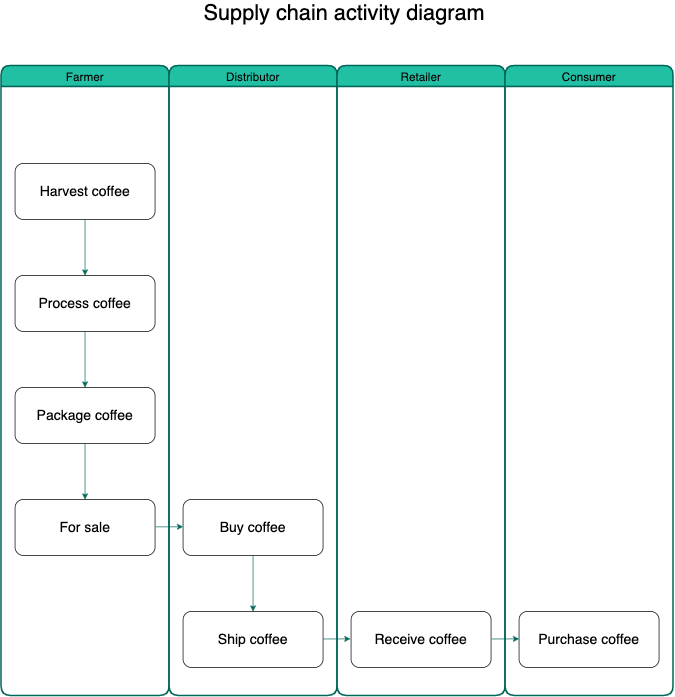
The draw.io diagram images/Activity diagram.png in lavikara/project_3, before a commit. Source tidied: cells renumbered, new cells last; positions are measured from the earlier drawing's top-left corner, leaving out a move shared by most shapes. The source it was exported from:
```xml
<mxGraphModel>
  <root>
    <mxCell id="0" />
    <mxCell id="1" parent="0" />
    <mxCell id="2" style="fillColor=none;strokeColor=none;fontStyle=0;html=1;whiteSpace=wrap;whiteSpace=wrap;fontSize=13;spacing=0;strokeOpacity=100;absoluteArcSize=1;arcSize=9;strokeWidth=2.3;fontColor=#5C5C5C;rounded=1;" parent="1" vertex="1">
      <mxGeometry y="90" width="720" height="900" as="geometry" />
    </mxCell>
    <mxCell id="3" value="Farmer" style="swimlane;html=1;whiteSpace=wrap;fontStyle=0;startSize=30;whiteSpace=wrap;fontSize=13;spacing=0;strokeColor=#006658;strokeOpacity=100;strokeWidth=2.3;fontSize=16.7;fillColor=#21C0A5;rounded=1;fontColor=#080808;" parent="2" vertex="1">
      <mxGeometry width="240" height="900" as="geometry" />
    </mxCell>
    <mxCell id="4" value="Distributor" style="swimlane;html=1;whiteSpace=wrap;fontStyle=0;startSize=30;whiteSpace=wrap;fontSize=13;spacing=0;strokeColor=#006658;strokeOpacity=100;strokeWidth=2.3;fontSize=16.7;fillColor=#21C0A5;rounded=1;fontColor=#080808;" parent="2" vertex="1">
      <mxGeometry x="240" width="240" height="900" as="geometry" />
    </mxCell>
    <mxCell id="5" value="Retailer" style="swimlane;html=1;whiteSpace=wrap;fontStyle=0;startSize=30;whiteSpace=wrap;fontSize=13;spacing=0;strokeColor=#006658;strokeOpacity=100;strokeWidth=2.3;fontSize=16.7;fillColor=#21C0A5;rounded=1;fontColor=#080808;" parent="2" vertex="1">
      <mxGeometry x="480" width="240" height="900" as="geometry" />
    </mxCell>
    <mxCell id="6" style="fillColor=none;strokeColor=none;fontStyle=0;html=1;whiteSpace=wrap;whiteSpace=wrap;fontSize=13;spacing=0;strokeOpacity=100;absoluteArcSize=1;arcSize=9;strokeWidth=2.3;rounded=1;fontColor=#080808;" parent="1" vertex="1">
      <mxGeometry x="720" y="90" width="240" height="900" as="geometry" />
    </mxCell>
    <mxCell id="7" value="Consumer" style="swimlane;html=1;whiteSpace=wrap;fontStyle=0;startSize=30;whiteSpace=wrap;fontSize=13;spacing=0;strokeColor=#006658;strokeOpacity=100;strokeWidth=2.3;fontSize=16.7;fillColor=#21C0A5;rounded=1;" parent="6" vertex="1">
      <mxGeometry width="240" height="900" as="geometry" />
    </mxCell>
    <mxCell id="8" style="edgeStyle=orthogonalEdgeStyle;rounded=1;jettySize=auto;html=1;fontSize=20;fontColor=#000000;strokeColor=#006658;fillColor=#21C0A5;" parent="1" edge="1" source="9" target="11">
      <mxGeometry relative="1" as="geometry" />
    </mxCell>
    <mxCell id="9" value="&lt;font style=&quot;font-size: 20px;&quot;&gt;Harvest coffee&lt;/font&gt;" style="rounded=1;whiteSpace=wrap;html=1;glass=0;shadow=0;sketch=0;labelBackgroundColor=none;labelBorderColor=none;fontSize=20;verticalAlign=middle;spacingTop=0;" parent="1" vertex="1">
      <mxGeometry x="20" y="230" width="200" height="80" as="geometry" />
    </mxCell>
    <mxCell id="10" style="edgeStyle=orthogonalEdgeStyle;rounded=1;jettySize=auto;html=1;fontSize=20;fontColor=#000000;strokeColor=#006658;fillColor=#21C0A5;" parent="1" edge="1" source="11" target="13">
      <mxGeometry relative="1" as="geometry" />
    </mxCell>
    <mxCell id="11" value="&lt;font style=&quot;font-size: 20px;&quot;&gt;Process coffee&lt;/font&gt;" style="rounded=1;whiteSpace=wrap;html=1;glass=0;shadow=0;sketch=0;labelBackgroundColor=none;labelBorderColor=none;fontSize=20;verticalAlign=middle;spacingTop=0;" parent="1" vertex="1">
      <mxGeometry x="20" y="390" width="200" height="80" as="geometry" />
    </mxCell>
    <mxCell id="12" style="edgeStyle=orthogonalEdgeStyle;rounded=1;jettySize=auto;html=1;fontSize=20;fontColor=#000000;strokeColor=#006658;fillColor=#21C0A5;" parent="1" edge="1" source="13" target="14">
      <mxGeometry relative="1" as="geometry" />
    </mxCell>
    <mxCell id="13" value="&lt;font style=&quot;font-size: 20px;&quot;&gt;Package coffee&lt;/font&gt;" style="rounded=1;whiteSpace=wrap;html=1;glass=0;shadow=0;sketch=0;labelBackgroundColor=none;labelBorderColor=none;fontSize=20;verticalAlign=middle;spacingTop=0;" parent="1" vertex="1">
      <mxGeometry x="20" y="550" width="200" height="80" as="geometry" />
    </mxCell>
    <mxCell id="14" value="&lt;span style=&quot;font-size: 20px;&quot;&gt;For sale&lt;/span&gt;" style="rounded=1;whiteSpace=wrap;html=1;glass=0;shadow=0;sketch=0;labelBackgroundColor=none;labelBorderColor=none;fontSize=20;verticalAlign=middle;spacingTop=0;" parent="1" vertex="1">
      <mxGeometry x="20" y="710" width="200" height="80" as="geometry" />
    </mxCell>
    <mxCell id="15" value="&lt;font style=&quot;font-size: 20px;&quot;&gt;Ship coffee&lt;/font&gt;" style="rounded=1;whiteSpace=wrap;html=1;glass=0;shadow=0;sketch=0;labelBackgroundColor=none;labelBorderColor=none;fontSize=20;verticalAlign=middle;spacingTop=0;" parent="1" vertex="1">
      <mxGeometry x="260" y="870" width="200" height="80" as="geometry" />
    </mxCell>
    <mxCell id="16" style="edgeStyle=orthogonalEdgeStyle;rounded=1;jettySize=auto;html=1;fontSize=20;fontColor=#000000;strokeColor=#006658;fillColor=#21C0A5;" parent="1" edge="1" source="17" target="15">
      <mxGeometry relative="1" as="geometry" />
    </mxCell>
    <mxCell id="17" value="&lt;font style=&quot;font-size: 20px;&quot;&gt;Buy coffee&lt;/font&gt;" style="rounded=1;whiteSpace=wrap;html=1;glass=0;shadow=0;sketch=0;labelBackgroundColor=none;labelBorderColor=none;fontSize=20;verticalAlign=middle;spacingTop=0;" parent="1" vertex="1">
      <mxGeometry x="260" y="710" width="200" height="80" as="geometry" />
    </mxCell>
    <mxCell id="18" value="&lt;font style=&quot;font-size: 20px;&quot;&gt;Purchase coffee&lt;/font&gt;" style="rounded=1;whiteSpace=wrap;html=1;glass=0;shadow=0;sketch=0;labelBackgroundColor=none;labelBorderColor=none;fontSize=20;verticalAlign=middle;spacingTop=0;" parent="1" vertex="1">
      <mxGeometry x="740" y="870" width="200" height="80" as="geometry" />
    </mxCell>
    <mxCell id="19" value="&lt;font style=&quot;font-size: 20px;&quot;&gt;Receive coffee&lt;/font&gt;" style="rounded=1;whiteSpace=wrap;html=1;glass=0;shadow=0;sketch=0;labelBackgroundColor=none;labelBorderColor=none;fontSize=20;verticalAlign=middle;spacingTop=0;" parent="1" vertex="1">
      <mxGeometry x="500" y="870" width="200" height="80" as="geometry" />
    </mxCell>
    <mxCell id="20" style="endArrow=classic;html=1;fontSize=20;fontColor=#000000;strokeColor=#006658;fillColor=#21C0A5;" parent="1" edge="1">
      <mxGeometry relative="1" as="geometry">
        <mxPoint x="221" y="749.2" as="sourcePoint" />
        <mxPoint x="260" y="749" as="targetPoint" />
      </mxGeometry>
    </mxCell>
    <mxCell id="21" style="endArrow=classic;html=1;fontSize=20;fontColor=#000000;strokeColor=#006658;fillColor=#21C0A5;" parent="1" edge="1">
      <mxGeometry relative="1" as="geometry">
        <mxPoint x="701" y="909.3" as="sourcePoint" />
        <mxPoint x="740" y="909.2" as="targetPoint" />
      </mxGeometry>
    </mxCell>
    <mxCell id="22" style="endArrow=classic;html=1;fontSize=20;fontColor=#000000;strokeColor=#006658;fillColor=#21C0A5;" parent="1" edge="1">
      <mxGeometry relative="1" as="geometry">
        <mxPoint x="460" y="909.3" as="sourcePoint" />
        <mxPoint x="499" y="909.2" as="targetPoint" />
      </mxGeometry>
    </mxCell>
    <mxCell id="23" value="&lt;font style=&quot;font-size: 31px&quot;&gt;Supply chain activity diagram&lt;/font&gt;" style="text;html=1;align=center;verticalAlign=middle;strokeColor=none;fontSize=20;fontColor=#000000;" parent="1" vertex="1">
      <mxGeometry x="280" width="420" height="30" as="geometry" />
    </mxCell>
  </root>
</mxGraphModel>
```
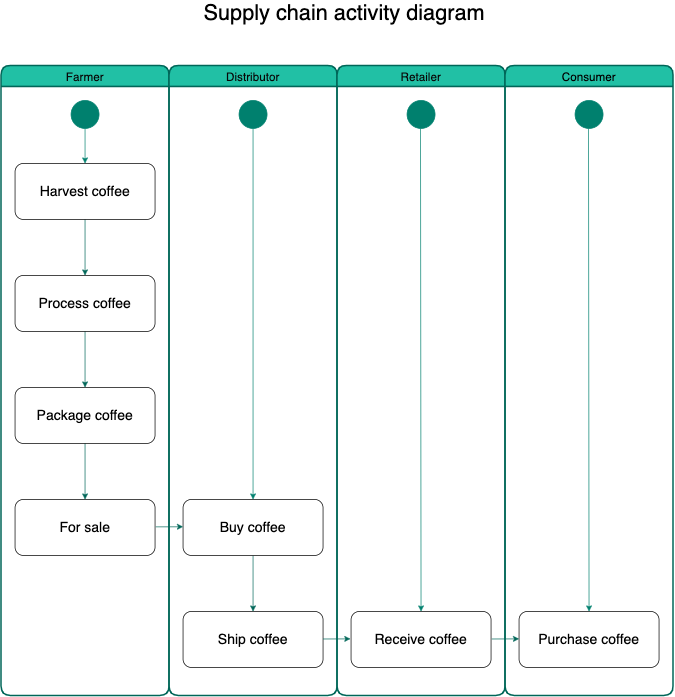
The same file after the commit.

Change to the diagram source:
```diff
@@ -77,5 +77,38 @@
     <mxCell id="23" value="&lt;font style=&quot;font-size: 31px&quot;&gt;Supply chain activity diagram&lt;/font&gt;" style="text;html=1;align=center;verticalAlign=middle;strokeColor=none;fontSize=20;fontColor=#000000;" parent="1" vertex="1">
       <mxGeometry x="280" width="420" height="30" as="geometry" />
     </mxCell>
+    <mxCell id="24" style="ellipse;whiteSpace=wrap;html=1;rounded=1;shadow=0;glass=0;labelBackgroundColor=#FFFFFF;sketch=0;fontFamily=Helvetica;fontSize=13;fontColor=#00806E;strokeColor=#00806E;gradientColor=none;align=center;verticalAlign=bottom;fillColor=#00806E;" parent="1" vertex="1">
+      <mxGeometry x="100" y="140" width="40" height="40" as="geometry" />
+    </mxCell>
+    <mxCell id="25" style="ellipse;whiteSpace=wrap;html=1;rounded=1;shadow=0;glass=0;labelBackgroundColor=#FFFFFF;sketch=0;fontFamily=Helvetica;fontSize=13;fontColor=#00806E;strokeColor=#00806E;gradientColor=none;align=center;verticalAlign=bottom;fillColor=#00806E;" parent="1" vertex="1">
+      <mxGeometry x="820" y="140" width="40" height="40" as="geometry" />
+    </mxCell>
+    <mxCell id="26" style="ellipse;whiteSpace=wrap;html=1;rounded=1;shadow=0;glass=0;labelBackgroundColor=#FFFFFF;sketch=0;fontFamily=Helvetica;fontSize=13;fontColor=#00806E;strokeColor=#00806E;gradientColor=none;align=center;verticalAlign=bottom;fillColor=#00806E;" parent="1" vertex="1">
+      <mxGeometry x="580" y="140" width="40" height="40" as="geometry" />
+    </mxCell>
+    <mxCell id="27" style="ellipse;whiteSpace=wrap;html=1;rounded=1;shadow=0;glass=0;labelBackgroundColor=#FFFFFF;sketch=0;fontFamily=Helvetica;fontSize=13;fontColor=#00806E;strokeColor=#00806E;gradientColor=none;align=center;verticalAlign=bottom;fillColor=#00806E;" parent="1" vertex="1">
+      <mxGeometry x="340" y="140" width="40" height="40" as="geometry" />
+    </mxCell>
+    <mxCell id="28" style="endArrow=classic;html=1;labelBackgroundColor=#FFFFFF;fontFamily=Helvetica;fontSize=13;fontColor=#00806E;strokeColor=#00806E;fillColor=#21C0A5;align=center;verticalAlign=bottom;exitX=0.5;exitY=1;exitDx=0;exitDy=0;" parent="1" edge="1" source="24">
+      <mxGeometry relative="1" as="geometry">
+        <mxPoint x="120" y="230" as="targetPoint" />
+      </mxGeometry>
+    </mxCell>
+    <mxCell id="29" style="endArrow=classic;html=1;labelBackgroundColor=#FFFFFF;fontFamily=Helvetica;fontSize=13;fontColor=#00806E;strokeColor=#00806E;fillColor=#21C0A5;align=center;verticalAlign=bottom;exitX=0.5;exitY=1;exitDx=0;exitDy=0;" parent="1" edge="1" source="27">
+      <mxGeometry relative="1" as="geometry">
+        <mxPoint x="360" y="710" as="targetPoint" />
+      </mxGeometry>
+    </mxCell>
+    <mxCell id="30" style="endArrow=classic;html=1;labelBackgroundColor=#FFFFFF;fontFamily=Helvetica;fontSize=13;fontColor=#00806E;strokeColor=#00806E;fillColor=#21C0A5;align=center;verticalAlign=bottom;exitX=0.5;exitY=1;exitDx=0;exitDy=0;entryX=0.5;entryY=0;entryDx=0;entryDy=0;" parent="1" edge="1" target="19">
+      <mxGeometry relative="1" as="geometry">
+        <mxPoint x="599.2" y="180" as="sourcePoint" />
+      </mxGeometry>
+    </mxCell>
+    <mxCell id="31" style="endArrow=classic;html=1;labelBackgroundColor=#FFFFFF;fontFamily=Helvetica;fontSize=13;fontColor=#00806E;strokeColor=#00806E;fillColor=#21C0A5;align=center;verticalAlign=bottom;exitX=0.5;exitY=1;exitDx=0;exitDy=0;entryX=0.5;entryY=0;entryDx=0;entryDy=0;" parent="1" edge="1">
+      <mxGeometry relative="1" as="geometry">
+        <mxPoint x="839.2" y="180" as="sourcePoint" />
+        <mxPoint x="840" y="870" as="targetPoint" />
+      </mxGeometry>
+    </mxCell>
   </root>
 </mxGraphModel>
```
